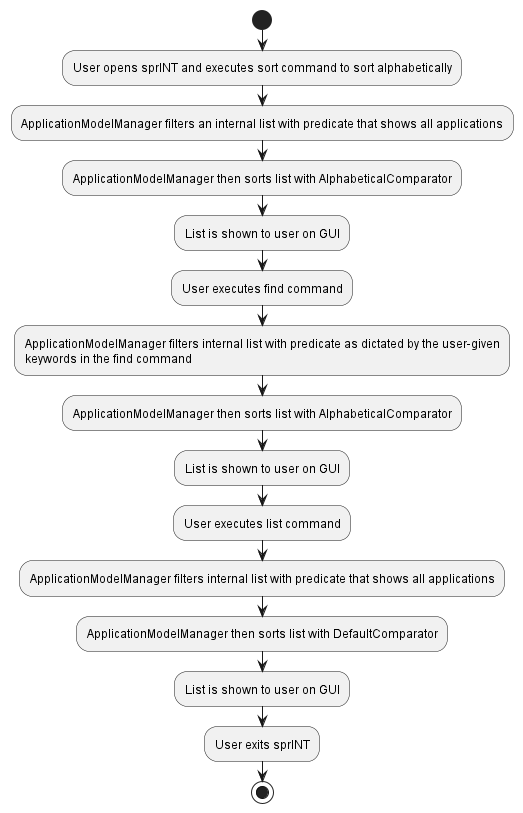
Before: docs/images/CommandExecutionWorkflow.png, a diagram exported from PlantUML (nus-cs2103-AY2223S2/tp).
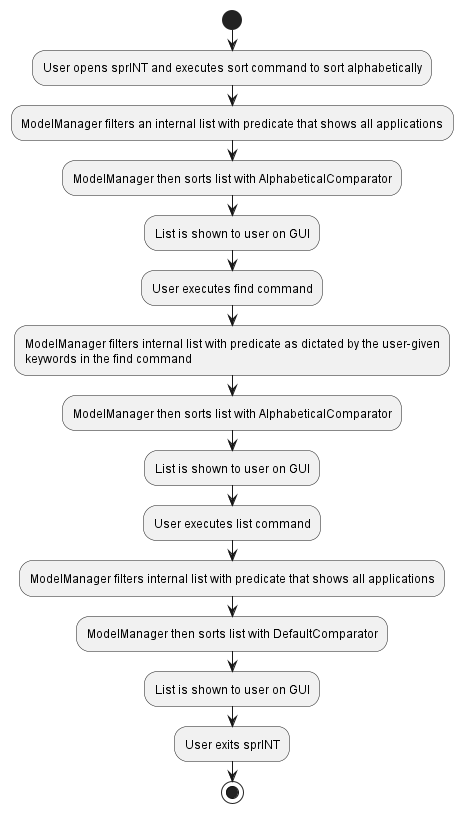
The same file after the commit.

The edit, as a diff of the source:
```diff
@@ -1,19 +1,19 @@
 @startuml
 start
 :User opens sprINT and executes sort command to sort alphabetically;
-:ApplicationModelManager filters an internal list with predicate that shows all applications;
-:ApplicationModelManager then sorts list with AlphabeticalComparator;
+:ModelManager filters an internal list with predicate that shows all applications;
+:ModelManager then sorts list with AlphabeticalComparator;
 :List is shown to user on GUI;
 
 :User executes find command;
-:ApplicationModelManager filters internal list with predicate as dictated by the user-given
+:ModelManager filters internal list with predicate as dictated by the user-given
 keywords in the find command;
-:ApplicationModelManager then sorts list with AlphabeticalComparator;
+:ModelManager then sorts list with AlphabeticalComparator;
 :List is shown to user on GUI;
 
 :User executes list command;
-:ApplicationModelManager filters internal list with predicate that shows all applications;
-:ApplicationModelManager then sorts list with DefaultComparator;
+:ModelManager filters internal list with predicate that shows all applications;
+:ModelManager then sorts list with DefaultComparator;
 :List is shown to user on GUI;
 
 :User exits sprINT;
```
